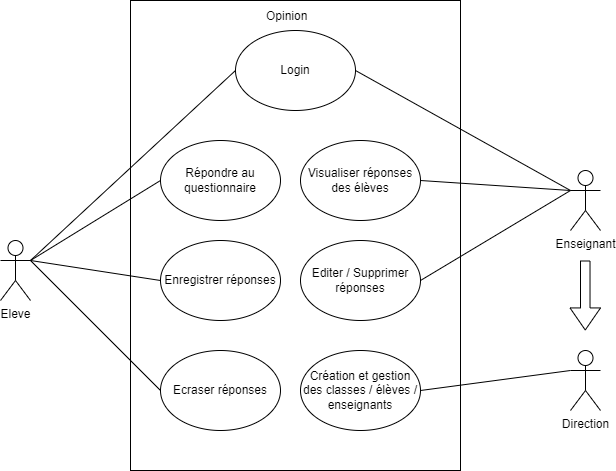
Above: Diagrammes/UseCase.drawio.png in Devetik/Diagrammes (draw.io), before the change. Source tidied: cells renumbered, new cells last; positions are measured from the earlier drawing's top-left corner, leaving out a move shared by most shapes. The source it was exported from:
```xml
<mxGraphModel>
  <root>
    <mxCell id="0" />
    <mxCell id="1" parent="0" />
    <mxCell id="2" style="rounded=0;whiteSpace=wrap;html=1;fillColor=none;" parent="1" vertex="1">
      <mxGeometry x="130" width="330" height="470" as="geometry" />
    </mxCell>
    <mxCell id="3" style="rounded=0;jettySize=auto;html=1;exitX=1;exitY=0.3333333333333333;exitDx=0;exitDy=0;exitPerimeter=0;entryX=0;entryY=0.5;entryDx=0;entryDy=0;endArrow=none;endFill=0;" parent="1" edge="1" source="7" target="15">
      <mxGeometry relative="1" as="geometry" />
    </mxCell>
    <mxCell id="4" style="edgeStyle=none;rounded=0;jettySize=auto;html=1;exitX=1;exitY=0.3333333333333333;exitDx=0;exitDy=0;exitPerimeter=0;entryX=0;entryY=0.5;entryDx=0;entryDy=0;endArrow=none;endFill=0;" parent="1" edge="1" source="7" target="14">
      <mxGeometry relative="1" as="geometry" />
    </mxCell>
    <mxCell id="5" style="edgeStyle=none;rounded=0;jettySize=auto;html=1;exitX=1;exitY=0.3333333333333333;exitDx=0;exitDy=0;exitPerimeter=0;entryX=0;entryY=0.5;entryDx=0;entryDy=0;endArrow=none;endFill=0;" parent="1" edge="1" source="7" target="16">
      <mxGeometry relative="1" as="geometry" />
    </mxCell>
    <mxCell id="6" style="edgeStyle=none;rounded=0;jettySize=auto;html=1;exitX=1;exitY=0.3333333333333333;exitDx=0;exitDy=0;exitPerimeter=0;entryX=0;entryY=0.5;entryDx=0;entryDy=0;endArrow=none;endFill=0;" parent="1" edge="1" source="7" target="18">
      <mxGeometry relative="1" as="geometry" />
    </mxCell>
    <mxCell id="7" value="Eleve" style="shape=umlActor;verticalLabelPosition=bottom;verticalAlign=top;html=1;outlineConnect=0;" parent="1" vertex="1">
      <mxGeometry y="240" width="30" height="60" as="geometry" />
    </mxCell>
    <mxCell id="8" style="edgeStyle=none;rounded=0;jettySize=auto;html=1;exitX=0;exitY=0.3333333333333333;exitDx=0;exitDy=0;exitPerimeter=0;entryX=1;entryY=0.5;entryDx=0;entryDy=0;endArrow=none;endFill=0;" parent="1" edge="1" source="11" target="17">
      <mxGeometry relative="1" as="geometry" />
    </mxCell>
    <mxCell id="9" style="edgeStyle=none;rounded=0;jettySize=auto;html=1;exitX=0;exitY=0.3333333333333333;exitDx=0;exitDy=0;exitPerimeter=0;entryX=1;entryY=0.5;entryDx=0;entryDy=0;endArrow=none;endFill=0;" parent="1" edge="1" source="11" target="19">
      <mxGeometry relative="1" as="geometry" />
    </mxCell>
    <mxCell id="10" style="edgeStyle=none;rounded=0;jettySize=auto;html=1;exitX=0;exitY=0.3333333333333333;exitDx=0;exitDy=0;exitPerimeter=0;endArrow=none;endFill=0;entryX=1;entryY=0.5;entryDx=0;entryDy=0;" parent="1" edge="1" source="11" target="15">
      <mxGeometry relative="1" as="geometry" />
    </mxCell>
    <mxCell id="11" value="Enseignant" style="shape=umlActor;verticalLabelPosition=bottom;verticalAlign=top;html=1;outlineConnect=0;" parent="1" vertex="1">
      <mxGeometry x="570" y="170" width="30" height="60" as="geometry" />
    </mxCell>
    <mxCell id="12" style="edgeStyle=none;rounded=0;jettySize=auto;html=1;exitX=0;exitY=0.3333333333333333;exitDx=0;exitDy=0;exitPerimeter=0;entryX=1;entryY=0.5;entryDx=0;entryDy=0;endArrow=none;endFill=0;" parent="1" edge="1" source="13" target="20">
      <mxGeometry relative="1" as="geometry" />
    </mxCell>
    <mxCell id="13" value="Direction" style="shape=umlActor;verticalLabelPosition=bottom;verticalAlign=top;html=1;outlineConnect=0;" parent="1" vertex="1">
      <mxGeometry x="570" y="350" width="30" height="60" as="geometry" />
    </mxCell>
    <mxCell id="14" value="Répondre au questionnaire" style="ellipse;whiteSpace=wrap;html=1;fillColor=none;" parent="1" vertex="1">
      <mxGeometry x="160" y="140" width="120" height="80" as="geometry" />
    </mxCell>
    <mxCell id="15" value="Login" style="ellipse;whiteSpace=wrap;html=1;fillColor=none;" parent="1" vertex="1">
      <mxGeometry x="235" y="30" width="120" height="80" as="geometry" />
    </mxCell>
    <mxCell id="16" value="Enregistrer réponses" style="ellipse;whiteSpace=wrap;html=1;fillColor=none;" parent="1" vertex="1">
      <mxGeometry x="160" y="240" width="120" height="80" as="geometry" />
    </mxCell>
    <mxCell id="17" value="Visualiser réponses des élèves" style="ellipse;whiteSpace=wrap;html=1;fillColor=none;" parent="1" vertex="1">
      <mxGeometry x="300" y="140" width="120" height="80" as="geometry" />
    </mxCell>
    <mxCell id="18" value="Ecraser réponses" style="ellipse;whiteSpace=wrap;html=1;fillColor=none;" parent="1" vertex="1">
      <mxGeometry x="160" y="350" width="120" height="80" as="geometry" />
    </mxCell>
    <mxCell id="19" value="Editer / Supprimer réponses" style="ellipse;whiteSpace=wrap;html=1;fillColor=none;" parent="1" vertex="1">
      <mxGeometry x="300" y="240" width="120" height="80" as="geometry" />
    </mxCell>
    <mxCell id="20" value="Création et gestion des classes / élèves / enseignants" style="ellipse;whiteSpace=wrap;html=1;fillColor=none;" parent="1" vertex="1">
      <mxGeometry x="300" y="350" width="120" height="80" as="geometry" />
    </mxCell>
    <mxCell id="21" style="shape=flexArrow;endArrow=classic;html=1;rounded=0;width=9.523809523809524;endSize=7.023809523809524;" parent="1" edge="1">
      <mxGeometry relative="1" as="geometry">
        <mxPoint x="584.8" y="260" as="sourcePoint" />
        <mxPoint x="584.8" y="330" as="targetPoint" />
      </mxGeometry>
    </mxCell>
    <mxCell id="22" value="Opinion" style="text;strokeColor=none;fillColor=none;align=left;verticalAlign=middle;spacingLeft=4;spacingRight=4;overflow=hidden;" parent="1" vertex="1">
      <mxGeometry x="260" width="80" height="30" as="geometry" />
    </mxCell>
  </root>
</mxGraphModel>
```
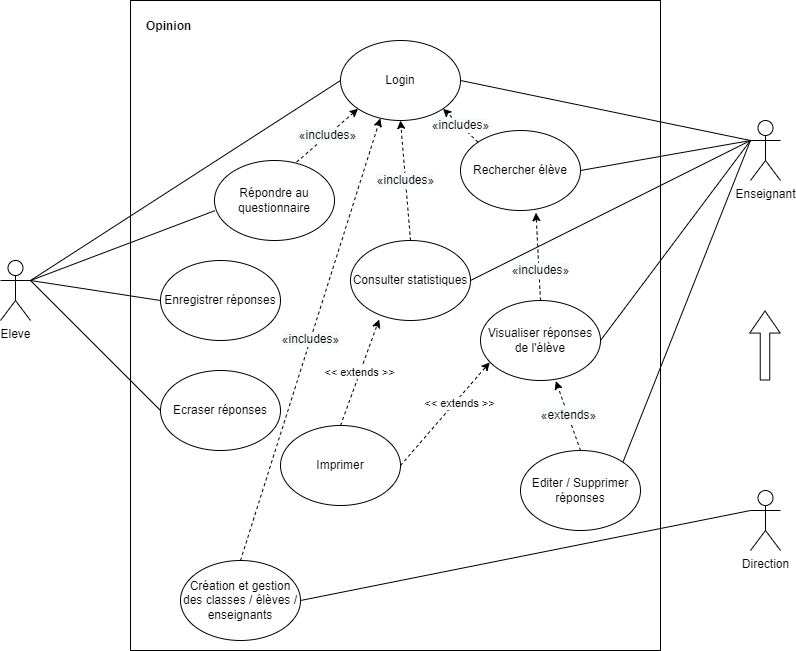
The same diagram one commit later.

Diff of the diagram source:
```diff
@@ -3,12 +3,12 @@
     <mxCell id="0" />
     <mxCell id="1" parent="0" />
     <mxCell id="2" style="rounded=0;whiteSpace=wrap;html=1;fillColor=none;" parent="1" vertex="1">
-      <mxGeometry x="130" width="330" height="470" as="geometry" />
+      <mxGeometry x="130" y="-20" width="530" height="650" as="geometry" />
     </mxCell>
     <mxCell id="3" style="rounded=0;jettySize=auto;html=1;exitX=1;exitY=0.3333333333333333;exitDx=0;exitDy=0;exitPerimeter=0;entryX=0;entryY=0.5;entryDx=0;entryDy=0;endArrow=none;endFill=0;" parent="1" edge="1" source="7" target="15">
       <mxGeometry relative="1" as="geometry" />
     </mxCell>
-    <mxCell id="4" style="edgeStyle=none;rounded=0;jettySize=auto;html=1;exitX=1;exitY=0.3333333333333333;exitDx=0;exitDy=0;exitPerimeter=0;entryX=0;entryY=0.5;entryDx=0;entryDy=0;endArrow=none;endFill=0;" parent="1" edge="1" source="7" target="14">
+    <mxCell id="4" style="edgeStyle=none;rounded=0;jettySize=auto;html=1;exitX=1;exitY=0.3333333333333333;exitDx=0;exitDy=0;exitPerimeter=0;entryX=0.004;entryY=0.627;entryDx=0;entryDy=0;endArrow=none;endFill=0;entryPerimeter=0;" parent="1" edge="1" source="7" target="14">
       <mxGeometry relative="1" as="geometry" />
     </mxCell>
     <mxCell id="5" style="edgeStyle=none;rounded=0;jettySize=auto;html=1;exitX=1;exitY=0.3333333333333333;exitDx=0;exitDy=0;exitPerimeter=0;entryX=0;entryY=0.5;entryDx=0;entryDy=0;endArrow=none;endFill=0;" parent="1" edge="1" source="7" target="16">
@@ -23,50 +23,89 @@
     <mxCell id="8" style="edgeStyle=none;rounded=0;jettySize=auto;html=1;exitX=0;exitY=0.3333333333333333;exitDx=0;exitDy=0;exitPerimeter=0;entryX=1;entryY=0.5;entryDx=0;entryDy=0;endArrow=none;endFill=0;" parent="1" edge="1" source="11" target="17">
       <mxGeometry relative="1" as="geometry" />
     </mxCell>
-    <mxCell id="9" style="edgeStyle=none;rounded=0;jettySize=auto;html=1;exitX=0;exitY=0.3333333333333333;exitDx=0;exitDy=0;exitPerimeter=0;entryX=1;entryY=0.5;entryDx=0;entryDy=0;endArrow=none;endFill=0;" parent="1" edge="1" source="11" target="19">
+    <mxCell id="9" style="edgeStyle=none;rounded=0;jettySize=auto;html=1;exitX=0;exitY=0.3333333333333333;exitDx=0;exitDy=0;exitPerimeter=0;entryX=1;entryY=0;entryDx=0;entryDy=0;endArrow=none;endFill=0;" parent="1" edge="1" source="11" target="19">
       <mxGeometry relative="1" as="geometry" />
     </mxCell>
     <mxCell id="10" style="edgeStyle=none;rounded=0;jettySize=auto;html=1;exitX=0;exitY=0.3333333333333333;exitDx=0;exitDy=0;exitPerimeter=0;endArrow=none;endFill=0;entryX=1;entryY=0.5;entryDx=0;entryDy=0;" parent="1" edge="1" source="11" target="15">
       <mxGeometry relative="1" as="geometry" />
     </mxCell>
     <mxCell id="11" value="Enseignant" style="shape=umlActor;verticalLabelPosition=bottom;verticalAlign=top;html=1;outlineConnect=0;" parent="1" vertex="1">
-      <mxGeometry x="570" y="170" width="30" height="60" as="geometry" />
+      <mxGeometry x="750" y="100" width="30" height="60" as="geometry" />
     </mxCell>
     <mxCell id="12" style="edgeStyle=none;rounded=0;jettySize=auto;html=1;exitX=0;exitY=0.3333333333333333;exitDx=0;exitDy=0;exitPerimeter=0;entryX=1;entryY=0.5;entryDx=0;entryDy=0;endArrow=none;endFill=0;" parent="1" edge="1" source="13" target="20">
       <mxGeometry relative="1" as="geometry" />
     </mxCell>
     <mxCell id="13" value="Direction" style="shape=umlActor;verticalLabelPosition=bottom;verticalAlign=top;html=1;outlineConnect=0;" parent="1" vertex="1">
-      <mxGeometry x="570" y="350" width="30" height="60" as="geometry" />
+      <mxGeometry x="750" y="470" width="30" height="60" as="geometry" />
     </mxCell>
+    <mxCell id="23" value="&lt;span style=&quot;font-size: 12px; background-color: rgb(248, 249, 250);&quot;&gt;«includes»&lt;/span&gt;" style="edgeStyle=none;rounded=0;jettySize=auto;html=1;exitX=0.684;exitY=0.02;exitDx=0;exitDy=0;entryX=0;entryY=1;entryDx=0;entryDy=0;dashed=1;endArrow=classic;endFill=1;exitPerimeter=0;" parent="1" edge="1" source="14" target="15">
+      <mxGeometry relative="1" as="geometry" />
+    </mxCell>
     <mxCell id="14" value="Répondre au questionnaire" style="ellipse;whiteSpace=wrap;html=1;fillColor=none;" parent="1" vertex="1">
-      <mxGeometry x="160" y="140" width="120" height="80" as="geometry" />
+      <mxGeometry x="214" y="140" width="120" height="80" as="geometry" />
     </mxCell>
     <mxCell id="15" value="Login" style="ellipse;whiteSpace=wrap;html=1;fillColor=none;" parent="1" vertex="1">
-      <mxGeometry x="235" y="30" width="120" height="80" as="geometry" />
+      <mxGeometry x="340" y="20" width="120" height="80" as="geometry" />
     </mxCell>
     <mxCell id="16" value="Enregistrer réponses" style="ellipse;whiteSpace=wrap;html=1;fillColor=none;" parent="1" vertex="1">
       <mxGeometry x="160" y="240" width="120" height="80" as="geometry" />
     </mxCell>
+    <mxCell id="24" value="&lt;span style=&quot;font-size: 12px; background-color: rgb(248, 249, 250);&quot;&gt;«includes»&lt;/span&gt;" style="edgeStyle=none;rounded=0;jettySize=auto;html=1;exitX=0.5;exitY=0;exitDx=0;exitDy=0;entryX=0.629;entryY=1.028;entryDx=0;entryDy=0;entryPerimeter=0;dashed=1;endArrow=classic;endFill=1;" parent="1" edge="1" source="17" target="35">
+      <mxGeometry x="-0.32" y="-2" relative="1" as="geometry" />
+    </mxCell>
-    <mxCell id="17" value="Visualiser réponses des élèves" style="ellipse;whiteSpace=wrap;html=1;fillColor=none;" parent="1" vertex="1">
-      <mxGeometry x="300" y="140" width="120" height="80" as="geometry" />
+    <mxCell id="17" value="Visualiser réponses de l'élève" style="ellipse;whiteSpace=wrap;html=1;fillColor=none;" parent="1" vertex="1">
+      <mxGeometry x="480" y="280" width="120" height="80" as="geometry" />
     </mxCell>
     <mxCell id="18" value="Ecraser réponses" style="ellipse;whiteSpace=wrap;html=1;fillColor=none;" parent="1" vertex="1">
       <mxGeometry x="160" y="350" width="120" height="80" as="geometry" />
     </mxCell>
+    <mxCell id="25" value="&lt;span style=&quot;font-size: 12px; background-color: rgb(248, 249, 250);&quot;&gt;«extends»&lt;/span&gt;" style="edgeStyle=none;rounded=0;jettySize=auto;html=1;exitX=0.5;exitY=0;exitDx=0;exitDy=0;entryX=0.628;entryY=1.007;entryDx=0;entryDy=0;dashed=1;endArrow=classic;endFill=1;entryPerimeter=0;" parent="1" edge="1" source="19" target="17">
+      <mxGeometry relative="1" as="geometry" />
+    </mxCell>
     <mxCell id="19" value="Editer / Supprimer réponses" style="ellipse;whiteSpace=wrap;html=1;fillColor=none;" parent="1" vertex="1">
-      <mxGeometry x="300" y="240" width="120" height="80" as="geometry" />
+      <mxGeometry x="520" y="430" width="120" height="80" as="geometry" />
     </mxCell>
+    <mxCell id="26" value="&lt;span style=&quot;font-size: 12px; background-color: rgb(248, 249, 250);&quot;&gt;«includes»&lt;/span&gt;" style="edgeStyle=none;rounded=0;jettySize=auto;html=1;exitX=0.5;exitY=0;exitDx=0;exitDy=0;entryX=0.332;entryY=0.973;entryDx=0;entryDy=0;entryPerimeter=0;dashed=1;endArrow=classic;endFill=1;" parent="1" edge="1" source="20" target="15">
+      <mxGeometry relative="1" as="geometry" />
+    </mxCell>
     <mxCell id="20" value="Création et gestion des classes / élèves / enseignants" style="ellipse;whiteSpace=wrap;html=1;fillColor=none;" parent="1" vertex="1">
-      <mxGeometry x="300" y="350" width="120" height="80" as="geometry" />
+      <mxGeometry x="180" y="540" width="120" height="80" as="geometry" />
     </mxCell>
     <mxCell id="21" style="shape=flexArrow;endArrow=classic;html=1;rounded=0;width=9.523809523809524;endSize=7.023809523809524;" parent="1" edge="1">
       <mxGeometry relative="1" as="geometry">
-        <mxPoint x="584.8" y="260" as="sourcePoint" />
-        <mxPoint x="584.8" y="330" as="targetPoint" />
+        <mxPoint x="764.5" y="360" as="sourcePoint" />
+        <mxPoint x="764.5" y="290" as="targetPoint" />
       </mxGeometry>
     </mxCell>
-    <mxCell id="22" value="Opinion" style="text;strokeColor=none;fillColor=none;align=left;verticalAlign=middle;spacingLeft=4;spacingRight=4;overflow=hidden;" parent="1" vertex="1">
-      <mxGeometry x="260" width="80" height="30" as="geometry" />
+    <mxCell id="22" value="Opinion" style="text;strokeColor=none;fillColor=none;align=left;verticalAlign=middle;spacingLeft=4;spacingRight=4;overflow=hidden;fontStyle=1;" parent="1" vertex="1">
+      <mxGeometry x="140" y="-10" width="80" height="30" as="geometry" />
     </mxCell>
+    <mxCell id="27" value="&amp;lt;&amp;lt; extends &amp;gt;&amp;gt;" style="edgeStyle=none;rounded=0;jettySize=auto;html=1;exitX=0.5;exitY=0;exitDx=0;exitDy=0;entryX=0.239;entryY=0.987;entryDx=0;entryDy=0;endArrow=classic;endFill=1;dashed=1;entryPerimeter=0;" parent="1" edge="1" source="29" target="32">
+      <mxGeometry relative="1" as="geometry" />
+    </mxCell>
+    <mxCell id="28" value="&amp;lt;&amp;lt; extends &amp;gt;&amp;gt;" style="edgeStyle=none;rounded=0;jettySize=auto;html=1;exitX=1;exitY=0.5;exitDx=0;exitDy=0;entryX=0.077;entryY=0.773;entryDx=0;entryDy=0;dashed=1;endArrow=classic;endFill=1;entryPerimeter=0;" parent="1" edge="1" source="29" target="17">
+      <mxGeometry x="0.25" y="-4" relative="1" as="geometry" />
+    </mxCell>
+    <mxCell id="29" value="Imprimer" style="ellipse;whiteSpace=wrap;html=1;fillColor=none;" parent="1" vertex="1">
+      <mxGeometry x="280" y="405" width="120" height="80" as="geometry" />
+    </mxCell>
+    <mxCell id="30" style="edgeStyle=none;rounded=0;jettySize=auto;html=1;exitX=1;exitY=0.5;exitDx=0;exitDy=0;endArrow=none;endFill=0;entryX=0;entryY=0.3333333333333333;entryDx=0;entryDy=0;entryPerimeter=0;" parent="1" edge="1" source="32" target="11">
+      <mxGeometry relative="1" as="geometry" />
+    </mxCell>
+    <mxCell id="31" value="&lt;span style=&quot;font-size: 12px; background-color: rgb(248, 249, 250);&quot;&gt;«includes»&lt;/span&gt;" style="edgeStyle=none;rounded=0;jettySize=auto;html=1;exitX=0.5;exitY=0;exitDx=0;exitDy=0;entryX=0.5;entryY=1;entryDx=0;entryDy=0;dashed=1;endArrow=classic;endFill=1;" parent="1" edge="1" source="32" target="15">
+      <mxGeometry relative="1" as="geometry" />
+    </mxCell>
+    <mxCell id="32" value="Consulter statistiques" style="ellipse;whiteSpace=wrap;html=1;fillColor=none;" parent="1" vertex="1">
+      <mxGeometry x="350" y="220" width="120" height="80" as="geometry" />
+    </mxCell>
+    <mxCell id="33" style="rounded=0;jettySize=auto;html=1;exitX=1;exitY=0.5;exitDx=0;exitDy=0;endArrow=none;endFill=0;entryX=0;entryY=0.3333333333333333;entryDx=0;entryDy=0;entryPerimeter=0;" parent="1" edge="1" source="35" target="11">
+      <mxGeometry relative="1" as="geometry" />
+    </mxCell>
+    <mxCell id="34" value="&lt;span style=&quot;font-size: 12px; background-color: rgb(248, 249, 250);&quot;&gt;«includes»&lt;/span&gt;" style="edgeStyle=none;rounded=0;jettySize=auto;html=1;exitX=0;exitY=0;exitDx=0;exitDy=0;entryX=1;entryY=1;entryDx=0;entryDy=0;dashed=1;endArrow=classic;endFill=1;" parent="1" edge="1" source="35" target="15">
+      <mxGeometry relative="1" as="geometry" />
+    </mxCell>
+    <mxCell id="35" value="Rechercher élève" style="ellipse;whiteSpace=wrap;html=1;fillColor=none;" parent="1" vertex="1">
+      <mxGeometry x="460" y="110" width="120" height="80" as="geometry" />
+    </mxCell>
   </root>
 </mxGraphModel>
```
